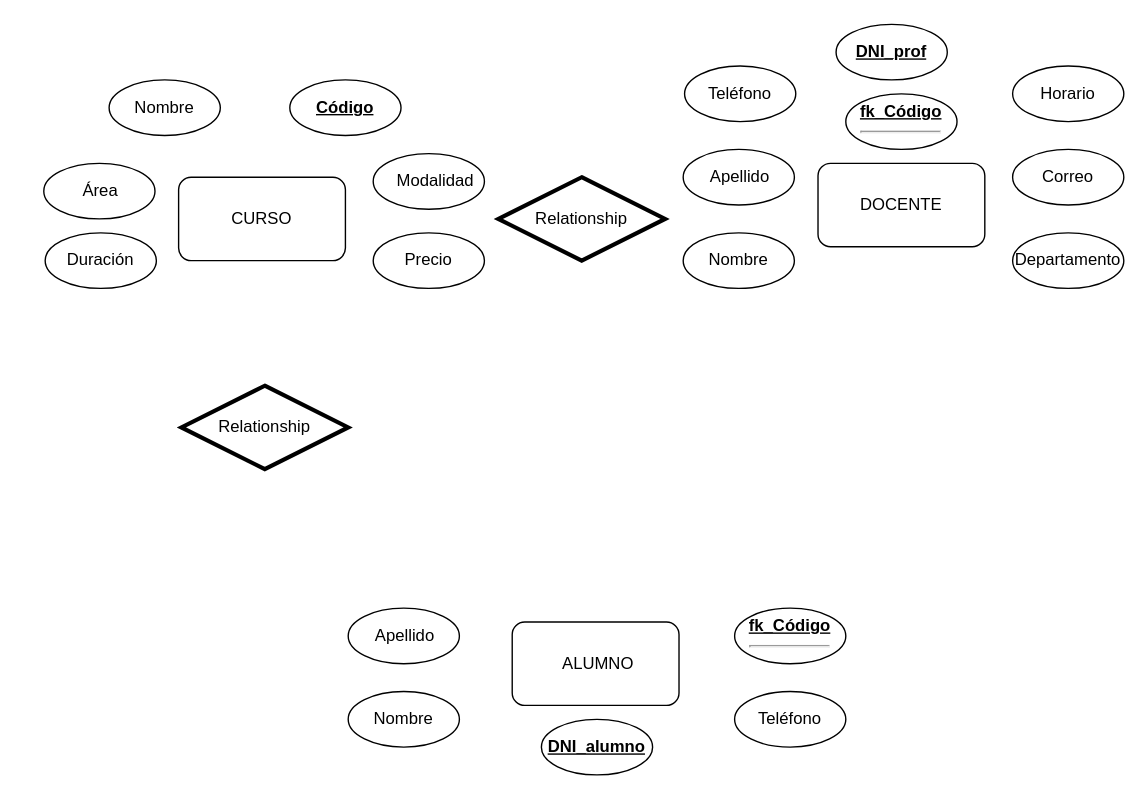
Above: Untitled Diagram.drawio in eresto/misrepositorios (draw.io), before the change. Source tidied: cells renumbered, new cells numbered last; positions are measured from the earlier drawing's top-left corner, leaving out a move shared by most shapes. Both pictures are drawn from the tidied source at 139%, with x=0, y=0 at pixel (43, 24).
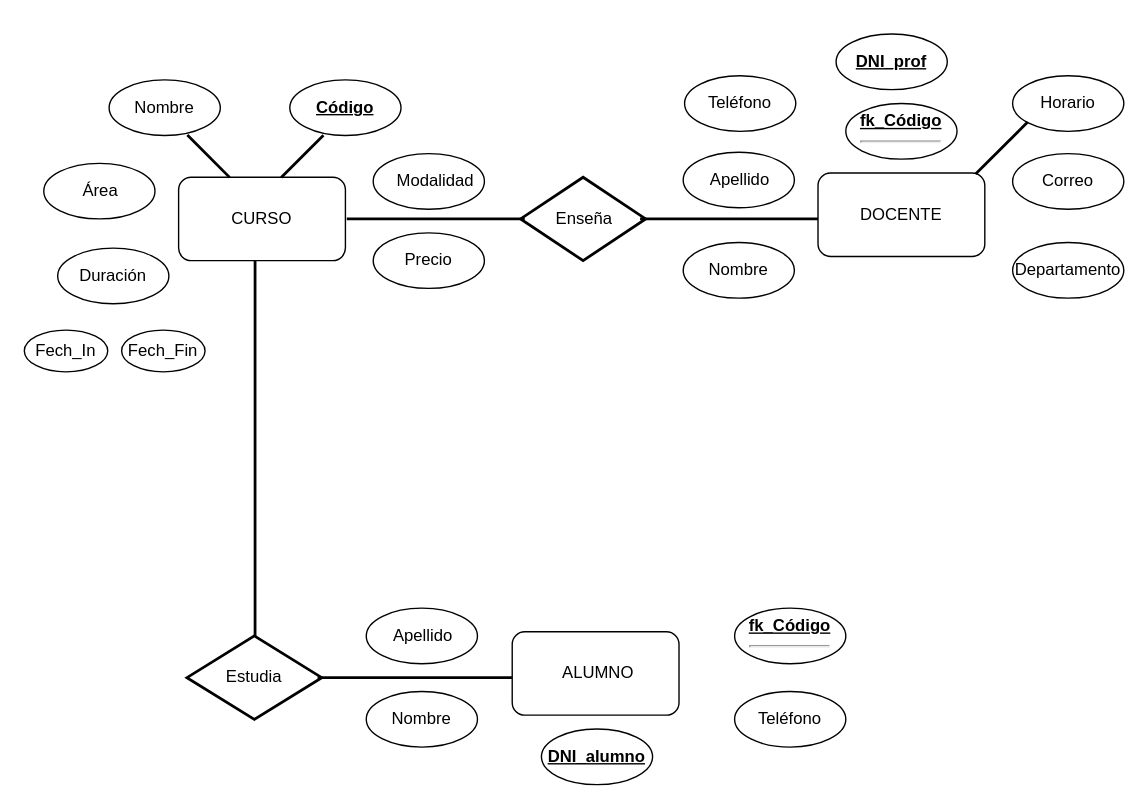
The same page after the edit.

Diff of the diagram source:
```diff
@@
     <mxCell id="8" style="ellipse;whiteSpace=wrap;html=1;" parent="1" vertex="1">
-      <mxGeometry x="1" y="150" width="80" height="40" as="geometry" />
+      <mxGeometry x="10" y="161" width="80" height="40" as="geometry" />
     </mxCell>
@@
     <mxCell id="10" value="Duración" style="text;html=1;strokeColor=none;fillColor=none;align=center;verticalAlign=middle;whiteSpace=wrap;rounded=0;" parent="1" vertex="1">
-      <mxGeometry x="21" y="160" width="40" height="20" as="geometry" />
+      <mxGeometry x="30" y="171" width="40" height="20" as="geometry" />
     </mxCell>
@@
     <mxCell id="16" style="rounded=1;whiteSpace=wrap;html=1;" parent="1" vertex="1">
-      <mxGeometry x="557" y="100" width="120" height="60" as="geometry" />
+      <mxGeometry x="557" y="107" width="120" height="60" as="geometry" />
     </mxCell>
     <mxCell id="17" style="ellipse;whiteSpace=wrap;html=1;" parent="1" vertex="1">
-      <mxGeometry x="577" y="50" width="80" height="40" as="geometry" />
+      <mxGeometry x="577" y="57" width="80" height="40" as="geometry" />
     </mxCell>
     <mxCell id="18" style="ellipse;whiteSpace=wrap;html=1;" parent="1" vertex="1">
-      <mxGeometry x="697" y="90" width="80" height="40" as="geometry" />
+      <mxGeometry x="697" y="93" width="80" height="40" as="geometry" />
     </mxCell>
     <mxCell id="19" value="Correo" style="text;html=1;strokeColor=none;fillColor=none;align=center;verticalAlign=middle;whiteSpace=wrap;rounded=0;" parent="1" vertex="1">
-      <mxGeometry x="702" y="100" width="70" height="20" as="geometry" />
+      <mxGeometry x="702" y="103" width="70" height="20" as="geometry" />
     </mxCell>
     <mxCell id="20" style="ellipse;whiteSpace=wrap;html=1;" parent="1" vertex="1">
-      <mxGeometry x="460" y="150" width="80" height="40" as="geometry" />
+      <mxGeometry x="460" y="157" width="80" height="40" as="geometry" />
     </mxCell>
     <mxCell id="21" style="ellipse;whiteSpace=wrap;html=1;" parent="1" vertex="1">
-      <mxGeometry x="460" y="90" width="80" height="40" as="geometry" />
+      <mxGeometry x="460" y="92" width="80" height="40" as="geometry" />
     </mxCell>
     <mxCell id="22" style="ellipse;whiteSpace=wrap;html=1;" parent="1" vertex="1">
-      <mxGeometry x="461" y="30" width="80" height="40" as="geometry" />
+      <mxGeometry x="461" y="37" width="80" height="40" as="geometry" />
     </mxCell>
     <mxCell id="23" style="ellipse;whiteSpace=wrap;html=1;" parent="1" vertex="1">
-      <mxGeometry x="697" y="150" width="80" height="40" as="geometry" />
+      <mxGeometry x="697" y="157" width="80" height="40" as="geometry" />
     </mxCell>
     <mxCell id="24" value="Teléfono" style="text;html=1;strokeColor=none;fillColor=none;align=center;verticalAlign=middle;whiteSpace=wrap;rounded=0;" parent="1" vertex="1">
-      <mxGeometry x="481" y="40" width="40" height="20" as="geometry" />
+      <mxGeometry x="481" y="47" width="40" height="20" as="geometry" />
     </mxCell>
     <mxCell id="25" value="Apellido" style="text;html=1;strokeColor=none;fillColor=none;align=center;verticalAlign=middle;whiteSpace=wrap;rounded=0;" parent="1" vertex="1">
-      <mxGeometry x="481" y="100" width="40" height="20" as="geometry" />
+      <mxGeometry x="481" y="102" width="40" height="20" as="geometry" />
     </mxCell>
     <mxCell id="26" value="Nombre" style="text;html=1;strokeColor=none;fillColor=none;align=center;verticalAlign=middle;whiteSpace=wrap;rounded=0;" parent="1" vertex="1">
-      <mxGeometry x="480" y="160" width="40" height="20" as="geometry" />
+      <mxGeometry x="480" y="167" width="40" height="20" as="geometry" />
     </mxCell>
     <mxCell id="27" value="Departamento" style="text;html=1;strokeColor=none;fillColor=none;align=center;verticalAlign=middle;whiteSpace=wrap;rounded=0;" parent="1" vertex="1">
-      <mxGeometry x="717" y="160" width="40" height="20" as="geometry" />
+      <mxGeometry x="717" y="167" width="40" height="20" as="geometry" />
     </mxCell>
     <mxCell id="28" value="fk_Código&lt;br&gt;&lt;hr&gt;" style="text;html=1;strokeColor=none;fillColor=none;align=center;verticalAlign=middle;whiteSpace=wrap;rounded=0;strokeWidth=3;fontStyle=5;" parent="1" vertex="1">
-      <mxGeometry x="597" y="60" width="40" height="20" as="geometry" />
+      <mxGeometry x="597" y="67" width="40" height="20" as="geometry" />
     </mxCell>
     <mxCell id="29" value="DOCENTE" style="text;html=1;strokeColor=none;fillColor=none;align=center;verticalAlign=middle;whiteSpace=wrap;rounded=0;" parent="1" vertex="1">
-      <mxGeometry x="597" y="120" width="40" height="20" as="geometry" />
+      <mxGeometry x="597" y="127" width="40" height="20" as="geometry" />
     </mxCell>
     <mxCell id="30" style="ellipse;whiteSpace=wrap;html=1;" parent="1" vertex="1">
-      <mxGeometry x="697" y="30" width="80" height="40" as="geometry" />
+      <mxGeometry x="697" y="37" width="80" height="40" as="geometry" />
     </mxCell>
     <mxCell id="31" value="Horario" style="text;html=1;strokeColor=none;fillColor=none;align=center;verticalAlign=middle;whiteSpace=wrap;rounded=0;" parent="1" vertex="1">
-      <mxGeometry x="717" y="40" width="40" height="20" as="geometry" />
+      <mxGeometry x="717" y="47" width="40" height="20" as="geometry" />
     </mxCell>
     <mxCell id="32" style="ellipse;whiteSpace=wrap;html=1;" parent="1" vertex="1">
-      <mxGeometry x="570" width="80" height="40" as="geometry" />
+      <mxGeometry x="570" y="7" width="80" height="40" as="geometry" />
     </mxCell>
     <mxCell id="33" value="DNI_prof" style="text;html=1;strokeColor=none;fillColor=none;align=center;verticalAlign=middle;whiteSpace=wrap;rounded=0;strokeWidth=3;fontStyle=5;" parent="1" vertex="1">
-      <mxGeometry x="590" y="10" width="40" height="20" as="geometry" />
+      <mxGeometry x="590" y="17" width="40" height="20" as="geometry" />
     </mxCell>
     <mxCell id="34" style="rounded=1;whiteSpace=wrap;html=1;" parent="1" vertex="1">
-      <mxGeometry x="337" y="430" width="120" height="60" as="geometry" />
+      <mxGeometry x="337" y="437" width="120" height="60" as="geometry" />
     </mxCell>
@@
     <mxCell id="36" style="ellipse;whiteSpace=wrap;html=1;" parent="1" vertex="1">
-      <mxGeometry x="219" y="480" width="80" height="40" as="geometry" />
+      <mxGeometry x="232" y="480" width="80" height="40" as="geometry" />
     </mxCell>
     <mxCell id="37" style="ellipse;whiteSpace=wrap;html=1;" parent="1" vertex="1">
-      <mxGeometry x="219" y="420" width="80" height="40" as="geometry" />
+      <mxGeometry x="232" y="420" width="80" height="40" as="geometry" />
     </mxCell>
@@
     <mxCell id="40" value="Apellido" style="text;html=1;strokeColor=none;fillColor=none;align=center;verticalAlign=middle;whiteSpace=wrap;rounded=0;" parent="1" vertex="1">
-      <mxGeometry x="240" y="430" width="40" height="20" as="geometry" />
+      <mxGeometry x="253" y="430" width="40" height="20" as="geometry" />
     </mxCell>
     <mxCell id="41" value="Nombre" style="text;html=1;strokeColor=none;fillColor=none;align=center;verticalAlign=middle;whiteSpace=wrap;rounded=0;" parent="1" vertex="1">
-      <mxGeometry x="239" y="490" width="40" height="20" as="geometry" />
+      <mxGeometry x="252" y="490" width="40" height="20" as="geometry" />
     </mxCell>
@@
     <mxCell id="43" value="ALUMNO" style="text;html=1;strokeColor=none;fillColor=none;align=center;verticalAlign=middle;whiteSpace=wrap;rounded=0;" parent="1" vertex="1">
-      <mxGeometry x="379" y="450" width="40" height="20" as="geometry" />
+      <mxGeometry x="379" y="457" width="40" height="20" as="geometry" />
     </mxCell>
     <mxCell id="44" style="ellipse;whiteSpace=wrap;html=1;" parent="1" vertex="1">
-      <mxGeometry x="358" y="500" width="80" height="40" as="geometry" />
+      <mxGeometry x="358" y="507" width="80" height="40" as="geometry" />
     </mxCell>
     <mxCell id="45" value="DNI_alumno" style="text;html=1;strokeColor=none;fillColor=none;align=center;verticalAlign=middle;whiteSpace=wrap;rounded=0;strokeWidth=3;fontStyle=5;" parent="1" vertex="1">
-      <mxGeometry x="378" y="510" width="40" height="20" as="geometry" />
+      <mxGeometry x="378" y="517" width="40" height="20" as="geometry" />
     </mxCell>
-    <mxCell id="46" value="Relationship" style="shape=rhombus;perimeter=rhombusPerimeter;whiteSpace=wrap;html=1;align=center;strokeWidth=3;" parent="1" vertex="1">
-      <mxGeometry x="327" y="110" width="120" height="60" as="geometry" />
+    <mxCell id="46" style="shape=rhombus;perimeter=rhombusPerimeter;html=1;align=center;strokeWidth=2;fontColor=#5C5C5C;fontSize=9;whiteSpace=wrap;" parent="1" vertex="1">
+      <mxGeometry x="343" y="110" width="90" height="60" as="geometry" />
     </mxCell>
-    <mxCell id="47" value="Relationship" style="shape=rhombus;perimeter=rhombusPerimeter;whiteSpace=wrap;html=1;align=center;strokeWidth=3;" parent="1" vertex="1">
-      <mxGeometry x="99" y="260" width="120" height="60" as="geometry" />
+    <mxCell id="47" value="Estudia" style="shape=rhombus;perimeter=rhombusPerimeter;whiteSpace=wrap;html=1;align=center;strokeWidth=2;" parent="1" vertex="1">
+      <mxGeometry x="103" y="440" width="97" height="60" as="geometry" />
     </mxCell>
+    <mxCell id="48" value="Enseña" style="text;html=1;strokeColor=none;fillColor=none;align=center;verticalAlign=middle;whiteSpace=wrap;rounded=0;fontSize=12;spacing=3;" parent="1" vertex="1">
+      <mxGeometry x="369" y="130" width="40" height="20" as="geometry" />
+    </mxCell>
+    <mxCell id="49" style="line;strokeWidth=2;direction=north;html=1;fontSize=12;fontColor=#000000;rotation=45;" parent="1" vertex="1">
+      <mxGeometry x="176.4" y="73.5" width="19.2" height="43" as="geometry" />
+    </mxCell>
+    <mxCell id="50" style="ellipse;whiteSpace=wrap;html=1;" parent="1" vertex="1">
+      <mxGeometry x="-14" y="220" width="60" height="30" as="geometry" />
+    </mxCell>
+    <mxCell id="51" value="Fech_In" style="text;html=1;strokeColor=none;fillColor=none;align=center;verticalAlign=middle;whiteSpace=wrap;rounded=0;" parent="1" vertex="1">
+      <mxGeometry x="-4" y="225" width="40" height="20" as="geometry" />
+    </mxCell>
+    <mxCell id="52" style="ellipse;whiteSpace=wrap;html=1;" parent="1" vertex="1">
+      <mxGeometry x="56" y="220" width="60" height="30" as="geometry" />
+    </mxCell>
+    <mxCell id="53" value="Fech_Fin" style="text;html=1;strokeColor=none;fillColor=none;align=center;verticalAlign=middle;whiteSpace=wrap;rounded=0;" parent="1" vertex="1">
+      <mxGeometry x="66" y="225" width="40" height="20" as="geometry" />
+    </mxCell>
+    <mxCell id="54" style="line;strokeWidth=2;direction=north;html=1;fontSize=12;fontColor=#000000;rotation=45;" parent="1" vertex="1">
+      <mxGeometry x="679.5" y="62.5" width="19.2" height="53" as="geometry" />
+    </mxCell>
+    <mxCell id="55" style="line;strokeWidth=2;direction=east;html=1;fontSize=12;fontColor=#000000;rotation=45;" parent="1" vertex="1">
+      <mxGeometry x="97" y="85.3" width="43" height="19.2" as="geometry" />
+    </mxCell>
+    <mxCell id="56" style="line;strokeWidth=2;html=1;fontSize=12;fontColor=#000000;" parent="1" vertex="1">
+      <mxGeometry x="218" y="135" width="128" height="10" as="geometry" />
+    </mxCell>
+    <mxCell id="57" style="line;strokeWidth=2;html=1;fontSize=12;fontColor=#000000;" parent="1" vertex="1">
+      <mxGeometry x="429" y="135" width="128" height="10" as="geometry" />
+    </mxCell>
+    <mxCell id="58" style="line;strokeWidth=2;direction=south;html=1;fontSize=12;fontColor=#000000;" parent="1" vertex="1">
+      <mxGeometry x="147" y="170" width="10" height="270" as="geometry" />
+    </mxCell>
+    <mxCell id="59" style="line;strokeWidth=2;html=1;fontSize=12;fontColor=#000000;" parent="1" vertex="1">
+      <mxGeometry x="197" y="465" width="140" height="10" as="geometry" />
+    </mxCell>
```
